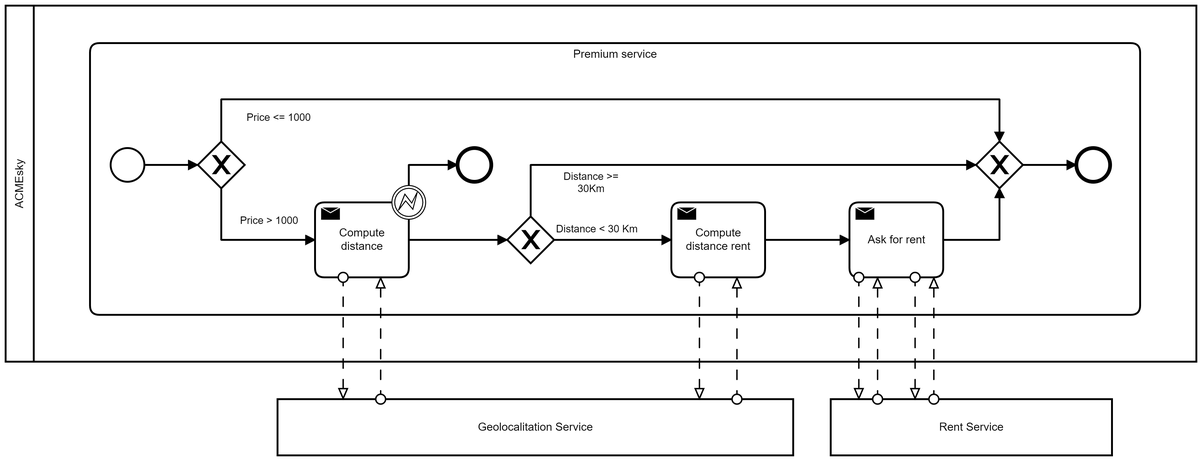
The BPMN diagram docs/bpmn/img/PremiumService.png in Vallasc/ACMEsky, before a commit. Its source is kept beside it as docs/bpmn/diagrams/PremiumService.bpmn. Ids are renumbered.
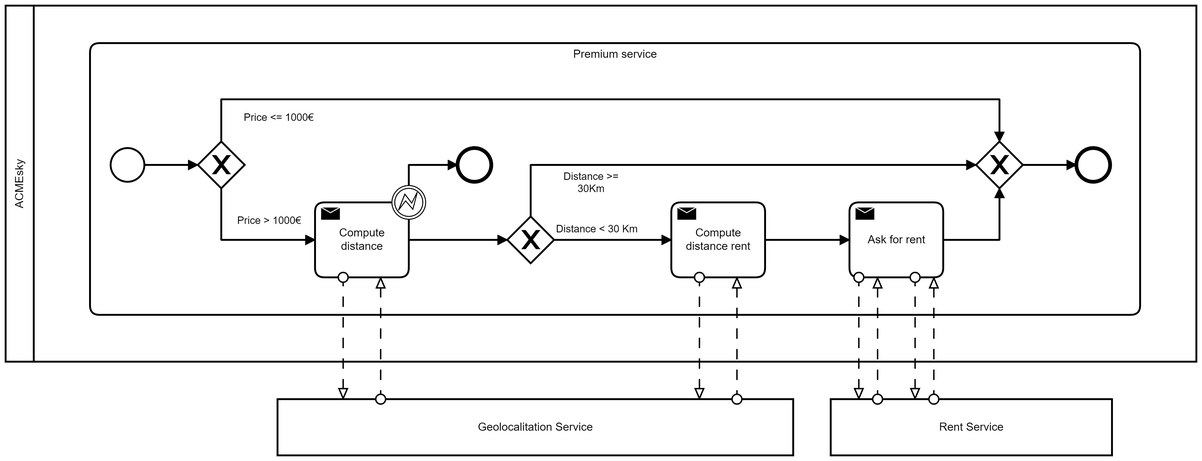
After the commit.

The edit, as a diff of the source:
```diff
@@ -56,7 +56,7 @@
         <bpmn:errorEventDefinition id="ErrorEventDefinition_n36" errorRef="Error_n37" />
       </bpmn:boundaryEvent>
       <bpmn:sequenceFlow id="Flow_n29" sourceRef="Event_n35" targetRef="Event_n28" />
-      <bpmn:sequenceFlow id="Flow_n21" name="Price &#62; 1000" sourceRef="Gateway_n23" targetRef="Activity_n11">
+      <bpmn:sequenceFlow id="Flow_n21" name="Price &#62; 1000€" sourceRef="Gateway_n23" targetRef="Activity_n11">
         <bpmn:conditionExpression xsi:type="bpmn:tFormalExpression">${userOffer.getTotalPrice()&gt;1000}</bpmn:conditionExpression>
       </bpmn:sequenceFlow>
       <bpmn:sequenceFlow id="Flow_n22" sourceRef="Activity_n11" targetRef="Gateway_n25" />
@@ -67,7 +67,7 @@
       <bpmn:sequenceFlow id="Flow_n27" name="Distance &#62;= 30Km" sourceRef="Gateway_n25" targetRef="Gateway_n33">
         <bpmn:conditionExpression xsi:type="bpmn:tFormalExpression">${userDistance&gt;=30000}</bpmn:conditionExpression>
       </bpmn:sequenceFlow>
-      <bpmn:sequenceFlow id="Flow_n24" name="Price &#60;= 1000" sourceRef="Gateway_n23" targetRef="Gateway_n33">
+      <bpmn:sequenceFlow id="Flow_n24" name="Price &#60;= 1000€" sourceRef="Gateway_n23" targetRef="Gateway_n33">
         <bpmn:conditionExpression xsi:type="bpmn:tFormalExpression">${userOffer.getTotalPrice()&lt;=1000}</bpmn:conditionExpression>
       </bpmn:sequenceFlow>
       <bpmn:sequenceFlow id="Flow_n30" sourceRef="Activity_n8" targetRef="Activity_n14" />
@@ -103,7 +103,7 @@
         <di:waypoint x="1220" y="180" />
         <di:waypoint x="1220" y="225" />
         <bpmndi:BPMNLabel>
-          <dc:Bounds x="417" y="193" width="69" height="14" />
+          <dc:Bounds x="414" y="193" width="75" height="14" />
         </bpmndi:BPMNLabel>
       </bpmndi:BPMNEdge>
       <bpmndi:BPMNEdge id="Flow_n27_di" bpmnElement="Flow_n27">
@@ -134,7 +134,7 @@
         <di:waypoint x="390" y="330" />
         <di:waypoint x="490" y="330" />
         <bpmndi:BPMNLabel>
-          <dc:Bounds x="410" y="303" width="63" height="14" />
+          <dc:Bounds x="407" y="303" width="69" height="14" />
         </bpmndi:BPMNLabel>
       </bpmndi:BPMNEdge>
       <bpmndi:BPMNEdge id="Flow_n29_di" bpmnElement="Flow_n29">
```
